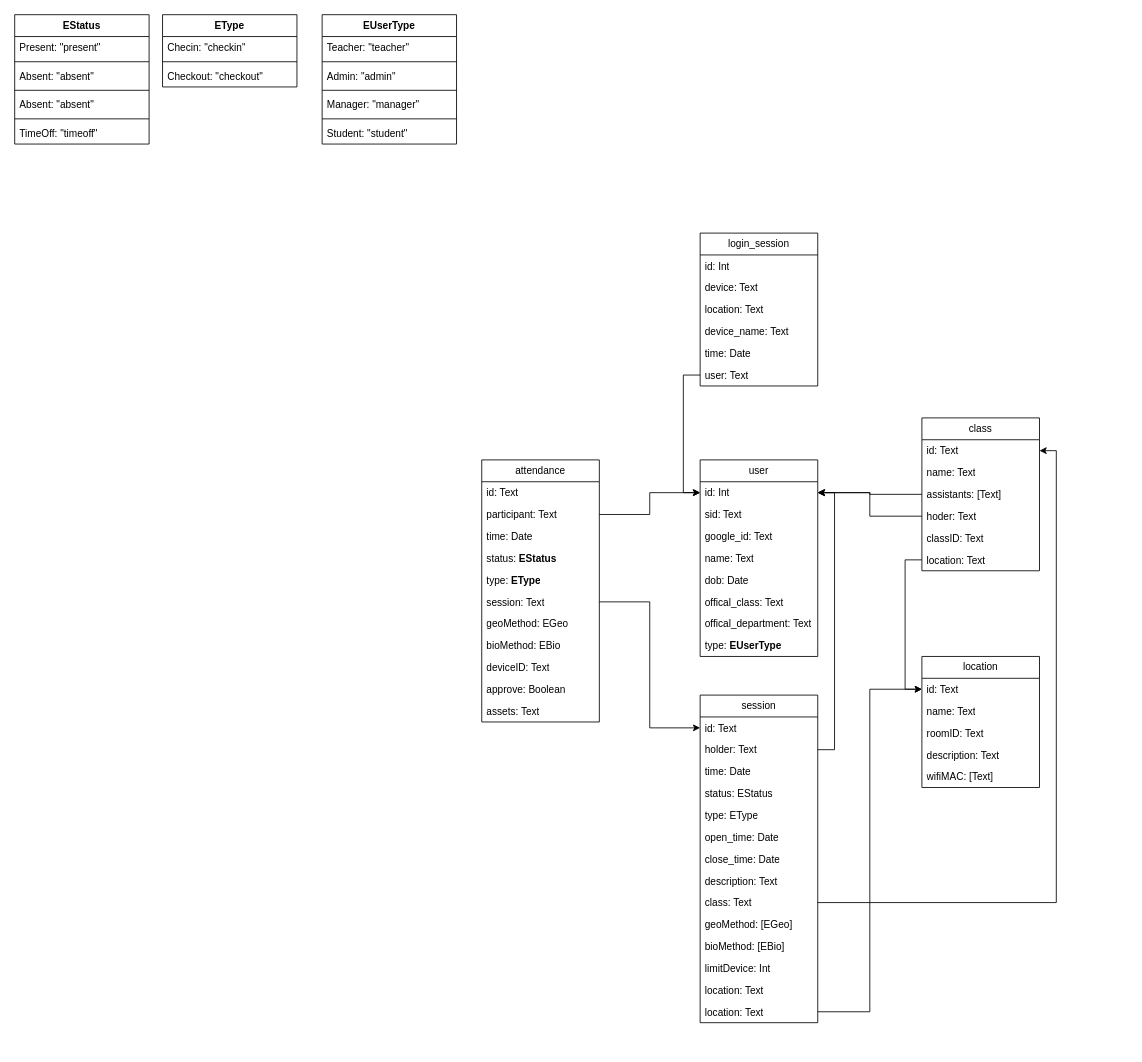
Before: database.drawio in codengoo/attendance-be, a draw.io diagram. Source tidied: cells renumbered, new cells numbered last; positions are measured from the earlier drawing's top-left corner, leaving out a move shared by most shapes. Both pictures are drawn from the tidied source at 84%, with x=0, y=0 at pixel (14, 14).
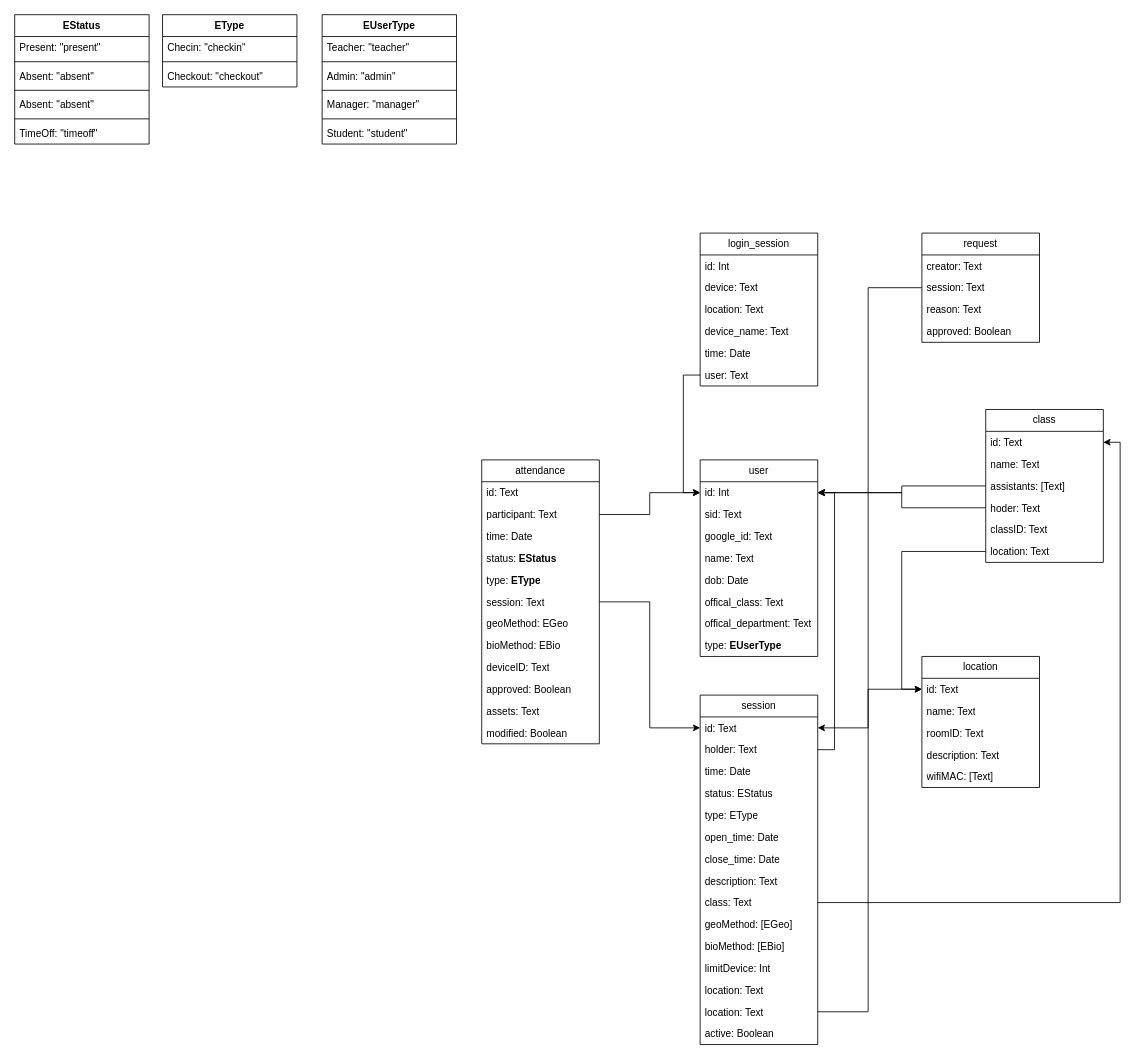
The same diagram, later.

Unchanged cells that the change refers to:
```xml
<mxCell id="37" value="id: Text" style="text;strokeColor=none;fillColor=none;align=left;verticalAlign=top;spacingLeft=4;spacingRight=4;overflow=hidden;points=[[0,0.5],[1,0.5]];portConstraint=eastwest;whiteSpace=wrap;html=1;" parent="36" vertex="1">
  <mxGeometry y="26" width="140" height="26" as="geometry" />
</mxCell>
<mxCell id="50" value="location: Text" style="text;strokeColor=none;fillColor=none;align=left;verticalAlign=top;spacingLeft=4;spacingRight=4;overflow=hidden;points=[[0,0.5],[1,0.5]];portConstraint=eastwest;whiteSpace=wrap;html=1;" parent="36" vertex="1">
  <mxGeometry y="364" width="140" height="26" as="geometry" />
</mxCell>
<mxCell id="66" value="location: Text" style="text;strokeColor=none;fillColor=none;align=left;verticalAlign=top;spacingLeft=4;spacingRight=4;overflow=hidden;points=[[0,0.5],[1,0.5]];portConstraint=eastwest;whiteSpace=wrap;html=1;" parent="60" vertex="1">
  <mxGeometry y="156" width="140" height="26" as="geometry" />
</mxCell>
<mxCell id="79" value="id: Text" style="text;strokeColor=none;fillColor=none;align=left;verticalAlign=top;spacingLeft=4;spacingRight=4;overflow=hidden;points=[[0,0.5],[1,0.5]];portConstraint=eastwest;whiteSpace=wrap;html=1;" parent="78" vertex="1">
  <mxGeometry y="26" width="140" height="26" as="geometry" />
</mxCell>
```

The edit, as a diff of the source:
```diff
@@
     <mxCell id="11" value="attendance" style="swimlane;fontStyle=0;horizontal=1;startSize=26;fillColor=none;whiteSpace=wrap;html=1;" parent="1" vertex="1">
-      <mxGeometry x="556" y="530" width="140" height="312" as="geometry" />
+      <mxGeometry x="556" y="530" width="140" height="338" as="geometry" />
     </mxCell>
@@
-    <mxCell id="21" value="approve: Boolean" style="text;strokeColor=none;fillColor=none;align=left;verticalAlign=top;spacingLeft=4;spacingRight=4;overflow=hidden;whiteSpace=wrap;html=1;" parent="11" vertex="1">
+    <mxCell id="21" value="approved: Boolean" style="text;strokeColor=none;fillColor=none;align=left;verticalAlign=top;spacingLeft=4;spacingRight=4;overflow=hidden;whiteSpace=wrap;html=1;" parent="11" vertex="1">
       <mxGeometry y="260" width="140" height="26" as="geometry" />
     </mxCell>
@@
+    <mxCell id="87" value="modified: Boolean" style="text;strokeColor=none;fillColor=none;align=left;verticalAlign=top;spacingLeft=4;spacingRight=4;overflow=hidden;whiteSpace=wrap;html=1;" parent="11" vertex="1">
+      <mxGeometry y="312" width="140" height="26" as="geometry" />
+    </mxCell>
@@
     <mxCell id="36" value="session" style="swimlane;fontStyle=0;horizontal=1;startSize=26;fillColor=none;whiteSpace=wrap;html=1;" parent="1" vertex="1">
-      <mxGeometry x="816" y="810" width="140" height="390" as="geometry" />
+      <mxGeometry x="816" y="810" width="140" height="416" as="geometry" />
     </mxCell>
@@
+    <mxCell id="88" value="active: Boolean" style="text;strokeColor=none;fillColor=none;align=left;verticalAlign=top;spacingLeft=4;spacingRight=4;overflow=hidden;whiteSpace=wrap;html=1;" parent="36" vertex="1">
+      <mxGeometry y="390" width="140" height="26" as="geometry" />
+    </mxCell>
@@
     <mxCell id="60" value="class" style="swimlane;fontStyle=0;horizontal=1;startSize=26;fillColor=none;whiteSpace=wrap;html=1;" parent="1" vertex="1">
-      <mxGeometry x="1080" y="480" width="140" height="182" as="geometry" />
+      <mxGeometry x="1156" y="470" width="140" height="182" as="geometry" />
     </mxCell>
@@
     <mxCell id="84" style="edgeStyle=orthogonalEdgeStyle;rounded=0;jettySize=auto;html=1;entryX=0;entryY=0.5;entryDx=0;entryDy=0;exitX=0;exitY=0.5;exitDx=0;exitDy=0;" parent="1" edge="1" source="66" target="79">
-      <mxGeometry relative="1" as="geometry" />
+      <mxGeometry relative="1" as="geometry">
+        <Array as="points">
+          <mxPoint x="1056" y="639" />
+          <mxPoint x="1056" y="803" />
+        </Array>
+      </mxGeometry>
     </mxCell>
     <mxCell id="85" style="edgeStyle=orthogonalEdgeStyle;rounded=0;jettySize=auto;html=1;entryX=0;entryY=0.5;entryDx=0;entryDy=0;" parent="1" edge="1" source="50" target="79">
-      <mxGeometry relative="1" as="geometry" />
+      <mxGeometry relative="1" as="geometry">
+        <Array as="points">
+          <mxPoint x="1016" y="1187" />
+          <mxPoint x="1016" y="803" />
+        </Array>
+      </mxGeometry>
     </mxCell>
@@
+    <mxCell id="89" value="request" style="swimlane;fontStyle=0;horizontal=1;startSize=26;fillColor=none;whiteSpace=wrap;html=1;" parent="1" vertex="1">
+      <mxGeometry x="1080" y="260" width="140" height="130" as="geometry" />
+    </mxCell>
+    <mxCell id="90" value="creator: Text" style="text;strokeColor=none;fillColor=none;align=left;verticalAlign=top;spacingLeft=4;spacingRight=4;overflow=hidden;whiteSpace=wrap;html=1;" parent="89" vertex="1">
+      <mxGeometry y="26" width="140" height="26" as="geometry" />
+    </mxCell>
+    <mxCell id="91" value="session: Text" style="text;strokeColor=none;fillColor=none;align=left;verticalAlign=top;spacingLeft=4;spacingRight=4;overflow=hidden;points=[[0,0.5],[1,0.5]];portConstraint=eastwest;whiteSpace=wrap;html=1;" parent="89" vertex="1">
+      <mxGeometry y="52" width="140" height="26" as="geometry" />
+    </mxCell>
+    <mxCell id="92" value="reason: Text" style="text;strokeColor=none;fillColor=none;align=left;verticalAlign=top;spacingLeft=4;spacingRight=4;overflow=hidden;whiteSpace=wrap;html=1;" parent="89" vertex="1">
+      <mxGeometry y="78" width="140" height="26" as="geometry" />
+    </mxCell>
+    <mxCell id="93" value="approved: Boolean" style="text;strokeColor=none;fillColor=none;align=left;verticalAlign=top;spacingLeft=4;spacingRight=4;overflow=hidden;whiteSpace=wrap;html=1;" parent="89" vertex="1">
+      <mxGeometry y="104" width="140" height="26" as="geometry" />
+    </mxCell>
+    <mxCell id="94" style="edgeStyle=orthogonalEdgeStyle;rounded=0;jettySize=auto;html=1;entryX=1;entryY=0.5;entryDx=0;entryDy=0;" parent="1" edge="1" source="91" target="37">
+      <mxGeometry relative="1" as="geometry">
+        <Array as="points">
+          <mxPoint x="1016" y="325" />
+          <mxPoint x="1016" y="849" />
+        </Array>
+      </mxGeometry>
+    </mxCell>
```
